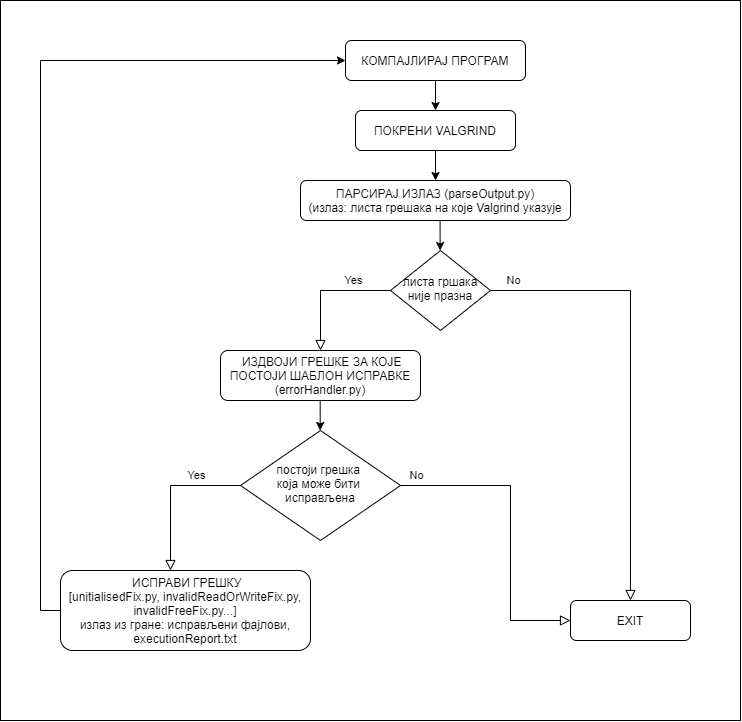
Earlier version of the draw.io export Dijagram.png (LMladenovic/MScThesisPDF). Source tidied: cells renumbered, new cells last; positions are measured from the earlier drawing's top-left corner, leaving out a move shared by most shapes. The source it was exported from:
```xml
<mxGraphModel>
  <root>
    <mxCell id="0" />
    <mxCell id="1" parent="0" />
    <mxCell id="2" style="rounded=0;whiteSpace=wrap;html=1;fontFamily=Garamond;" parent="1" vertex="1">
      <mxGeometry width="740" height="720" as="geometry" />
    </mxCell>
    <mxCell id="3" style="edgeStyle=orthogonalEdgeStyle;rounded=0;jettySize=auto;html=1;exitX=0.5;exitY=1;exitDx=0;exitDy=0;" parent="1" edge="1" source="4">
      <mxGeometry relative="1" as="geometry">
        <mxPoint x="435" y="110" as="targetPoint" />
      </mxGeometry>
    </mxCell>
    <mxCell id="4" value="КОМПАЈЛИРАЈ ПРОГРАМ" style="rounded=1;whiteSpace=wrap;html=1;fontSize=12;glass=0;strokeWidth=1;shadow=0;" parent="1" vertex="1">
      <mxGeometry x="345" y="40" width="180" height="40" as="geometry" />
    </mxCell>
    <mxCell id="5" value="No" style="edgeStyle=orthogonalEdgeStyle;rounded=0;html=1;jettySize=auto;fontSize=11;endArrow=block;endFill=0;endSize=8;strokeWidth=1;shadow=0;labelBackgroundColor=none;" parent="1" edge="1" source="6" target="7">
      <mxGeometry x="-0.9" y="10" relative="1" as="geometry" />
    </mxCell>
    <mxCell id="6" value="листа гршака није празна" style="rhombus;whiteSpace=wrap;html=1;shadow=0;fontFamily=Helvetica;fontSize=12;align=center;strokeWidth=1;spacing=6;spacingTop=-4;" parent="1" vertex="1">
      <mxGeometry x="390" y="250" width="100" height="80" as="geometry" />
    </mxCell>
    <mxCell id="7" value="EXIT" style="rounded=1;whiteSpace=wrap;html=1;fontSize=12;glass=0;strokeWidth=1;shadow=0;" parent="1" vertex="1">
      <mxGeometry x="570" y="600" width="120" height="40" as="geometry" />
    </mxCell>
    <mxCell id="8" value="постоји грешка &lt;br&gt;која може бити &lt;br&gt;исправљена" style="rhombus;whiteSpace=wrap;html=1;shadow=0;fontFamily=Helvetica;fontSize=12;align=center;strokeWidth=1;spacing=6;spacingTop=-4;" parent="1" vertex="1">
      <mxGeometry x="240" y="430" width="160" height="110" as="geometry" />
    </mxCell>
    <mxCell id="9" style="edgeStyle=orthogonalEdgeStyle;rounded=0;jettySize=auto;html=1;exitX=0;exitY=0.5;exitDx=0;exitDy=0;entryX=0;entryY=0.5;entryDx=0;entryDy=0;" parent="1" edge="1" source="10" target="4">
      <mxGeometry relative="1" as="geometry" />
    </mxCell>
    <mxCell id="10" value="&amp;nbsp;ИСПРАВИ ГРЕШКУ&lt;br&gt;[unitialisedFix.py, invalidReadOrWriteFix.py,&lt;br&gt;invalidFreeFix.py...]&lt;br&gt;излаз из гране:&amp;nbsp;исправљени фајлови,&lt;br&gt;executionReport.txt" style="rounded=1;whiteSpace=wrap;html=1;fontSize=12;glass=0;strokeWidth=1;shadow=0;" parent="1" vertex="1">
      <mxGeometry x="60" y="570" width="250" height="80" as="geometry" />
    </mxCell>
    <mxCell id="11" value="ПОКРЕНИ VALGRIND" style="rounded=1;whiteSpace=wrap;html=1;" parent="1" vertex="1">
      <mxGeometry x="355" y="110" width="160" height="40" as="geometry" />
    </mxCell>
    <mxCell id="12" style="edgeStyle=orthogonalEdgeStyle;rounded=0;orthogonalLoop=1;jettySize=auto;html=1;exitX=0.5;exitY=1;exitDx=0;exitDy=0;" parent="1" edge="1">
      <mxGeometry relative="1" as="geometry">
        <mxPoint x="435" y="150" as="sourcePoint" />
        <mxPoint x="435" y="180" as="targetPoint" />
      </mxGeometry>
    </mxCell>
    <mxCell id="13" value="ПАРСИРАЈ ИЗЛАЗ (parseOutput.py)&lt;br&gt;(излаз: листа грешака на које Valgrind указује" style="rounded=1;whiteSpace=wrap;html=1;" parent="1" vertex="1">
      <mxGeometry x="300" y="180" width="270" height="40" as="geometry" />
    </mxCell>
    <mxCell id="14" style="edgeStyle=orthogonalEdgeStyle;rounded=0;orthogonalLoop=1;jettySize=auto;html=1;exitX=0.5;exitY=1;exitDx=0;exitDy=0;" parent="1" edge="1">
      <mxGeometry relative="1" as="geometry">
        <mxPoint x="439.6" y="220" as="sourcePoint" />
        <mxPoint x="439.6" y="250" as="targetPoint" />
      </mxGeometry>
    </mxCell>
    <mxCell id="15" style="edgeStyle=orthogonalEdgeStyle;rounded=0;orthogonalLoop=1;jettySize=auto;html=1;exitX=0.5;exitY=1;exitDx=0;exitDy=0;" parent="1" edge="1">
      <mxGeometry relative="1" as="geometry">
        <mxPoint x="319.7" y="400" as="sourcePoint" />
        <mxPoint x="319.7" y="430" as="targetPoint" />
      </mxGeometry>
    </mxCell>
    <mxCell id="16" value="&amp;nbsp;ИЗДВОЈИ ГРЕШКЕ ЗА КОЈЕ ПОСТОЈИ ШАБЛОН ИСПРАВКЕ (errorHandler.py)" style="rounded=1;whiteSpace=wrap;html=1;" parent="1" vertex="1">
      <mxGeometry x="220" y="350" width="200" height="50" as="geometry" />
    </mxCell>
    <mxCell id="17" value="Yes" style="edgeStyle=orthogonalEdgeStyle;rounded=0;html=1;jettySize=auto;fontSize=11;endArrow=block;endFill=0;endSize=8;strokeWidth=1;shadow=0;labelBackgroundColor=none;exitX=0;exitY=0.5;exitDx=0;exitDy=0;" parent="1" edge="1" source="6">
      <mxGeometry x="-0.43" y="-10" relative="1" as="geometry">
        <mxPoint x="320" y="350" as="targetPoint" />
        <Array as="points">
          <mxPoint x="320" y="290" />
        </Array>
      </mxGeometry>
    </mxCell>
    <mxCell id="18" value="No" style="edgeStyle=orthogonalEdgeStyle;rounded=0;html=1;jettySize=auto;fontSize=11;endArrow=block;endFill=0;endSize=8;strokeWidth=1;shadow=0;labelBackgroundColor=none;entryX=0;entryY=0.5;entryDx=0;entryDy=0;exitX=1;exitY=0.5;exitDx=0;exitDy=0;" parent="1" edge="1" source="8" target="7">
      <mxGeometry x="-0.9" y="10" relative="1" as="geometry">
        <Array as="points">
          <mxPoint x="510" y="485" />
          <mxPoint x="510" y="620" />
        </Array>
      </mxGeometry>
    </mxCell>
    <mxCell id="19" value="Yes" style="edgeStyle=orthogonalEdgeStyle;rounded=0;html=1;jettySize=auto;fontSize=11;endArrow=block;endFill=0;endSize=8;strokeWidth=1;shadow=0;labelBackgroundColor=none;exitX=0;exitY=0.5;exitDx=0;exitDy=0;" parent="1" edge="1" source="8" target="10">
      <mxGeometry x="-0.43" y="-10" relative="1" as="geometry">
        <Array as="points">
          <mxPoint x="170" y="485" />
        </Array>
      </mxGeometry>
    </mxCell>
  </root>
</mxGraphModel>
```
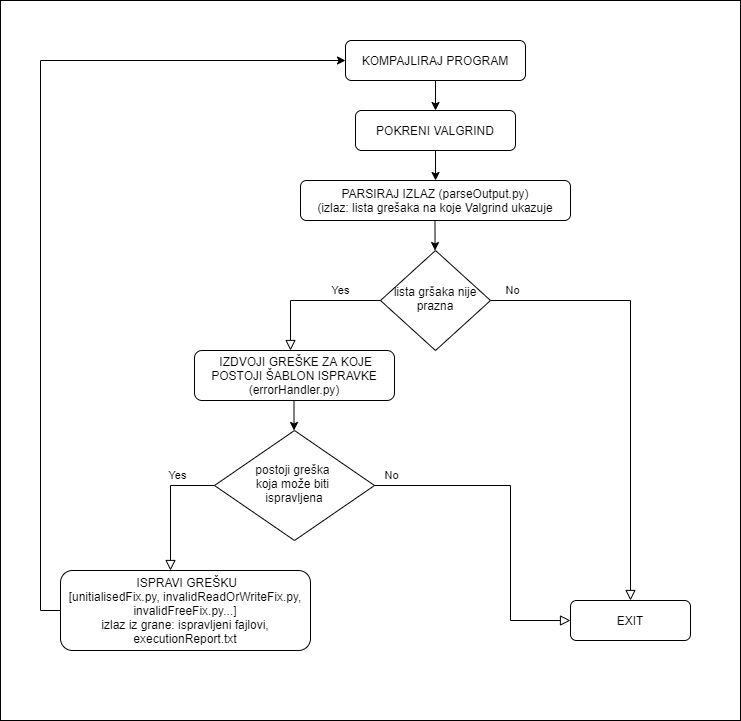
Later version of the same file.

What changed in the source:
```diff
@@ -10,28 +10,28 @@
         <mxPoint x="435" y="110" as="targetPoint" />
       </mxGeometry>
     </mxCell>
-    <mxCell id="4" value="КОМПАЈЛИРАЈ ПРОГРАМ" style="rounded=1;whiteSpace=wrap;html=1;fontSize=12;glass=0;strokeWidth=1;shadow=0;" parent="1" vertex="1">
+    <mxCell id="4" value="KOMPAJLIRAJ PROGRAM" style="rounded=1;whiteSpace=wrap;html=1;fontSize=12;glass=0;strokeWidth=1;shadow=0;" parent="1" vertex="1">
       <mxGeometry x="345" y="40" width="180" height="40" as="geometry" />
     </mxCell>
     <mxCell id="5" value="No" style="edgeStyle=orthogonalEdgeStyle;rounded=0;html=1;jettySize=auto;fontSize=11;endArrow=block;endFill=0;endSize=8;strokeWidth=1;shadow=0;labelBackgroundColor=none;" parent="1" edge="1" source="6" target="7">
       <mxGeometry x="-0.9" y="10" relative="1" as="geometry" />
     </mxCell>
-    <mxCell id="6" value="листа гршака није празна" style="rhombus;whiteSpace=wrap;html=1;shadow=0;fontFamily=Helvetica;fontSize=12;align=center;strokeWidth=1;spacing=6;spacingTop=-4;" parent="1" vertex="1">
-      <mxGeometry x="390" y="250" width="100" height="80" as="geometry" />
+    <mxCell id="6" value="lista gršaka nije prazna" style="rhombus;whiteSpace=wrap;html=1;shadow=0;fontFamily=Helvetica;fontSize=12;align=center;strokeWidth=1;spacing=6;spacingTop=-4;" parent="1" vertex="1">
+      <mxGeometry x="380" y="250" width="110" height="100" as="geometry" />
     </mxCell>
     <mxCell id="7" value="EXIT" style="rounded=1;whiteSpace=wrap;html=1;fontSize=12;glass=0;strokeWidth=1;shadow=0;" parent="1" vertex="1">
       <mxGeometry x="570" y="600" width="120" height="40" as="geometry" />
     </mxCell>
-    <mxCell id="8" value="постоји грешка &lt;br&gt;која може бити &lt;br&gt;исправљена" style="rhombus;whiteSpace=wrap;html=1;shadow=0;fontFamily=Helvetica;fontSize=12;align=center;strokeWidth=1;spacing=6;spacingTop=-4;" parent="1" vertex="1">
-      <mxGeometry x="240" y="430" width="160" height="110" as="geometry" />
+    <mxCell id="8" value="&lt;div&gt;postoji greška&amp;nbsp;&lt;/div&gt;&lt;div&gt;koja može biti&amp;nbsp;&lt;/div&gt;&lt;div&gt;ispravljena&lt;/div&gt;" style="rhombus;whiteSpace=wrap;html=1;shadow=0;fontFamily=Helvetica;fontSize=12;align=center;strokeWidth=1;spacing=6;spacingTop=-4;" parent="1" vertex="1">
+      <mxGeometry x="214" y="430" width="160" height="110" as="geometry" />
     </mxCell>
     <mxCell id="9" style="edgeStyle=orthogonalEdgeStyle;rounded=0;jettySize=auto;html=1;exitX=0;exitY=0.5;exitDx=0;exitDy=0;entryX=0;entryY=0.5;entryDx=0;entryDy=0;" parent="1" edge="1" source="10" target="4">
       <mxGeometry relative="1" as="geometry" />
     </mxCell>
-    <mxCell id="10" value="&amp;nbsp;ИСПРАВИ ГРЕШКУ&lt;br&gt;[unitialisedFix.py, invalidReadOrWriteFix.py,&lt;br&gt;invalidFreeFix.py...]&lt;br&gt;излаз из гране:&amp;nbsp;исправљени фајлови,&lt;br&gt;executionReport.txt" style="rounded=1;whiteSpace=wrap;html=1;fontSize=12;glass=0;strokeWidth=1;shadow=0;" parent="1" vertex="1">
+    <mxCell id="10" value="&lt;div&gt;&amp;nbsp;ISPRAVI GREŠKU&lt;/div&gt;&lt;div&gt;[unitialisedFix.py, invalidReadOrWriteFix.py,&lt;/div&gt;&lt;div&gt;invalidFreeFix.py...]&lt;/div&gt;&lt;div&gt;izlaz iz grane: ispravljeni fajlovi,&lt;/div&gt;&lt;div&gt;executionReport.txt&lt;/div&gt;" style="rounded=1;whiteSpace=wrap;html=1;fontSize=12;glass=0;strokeWidth=1;shadow=0;" parent="1" vertex="1">
       <mxGeometry x="60" y="570" width="250" height="80" as="geometry" />
     </mxCell>
-    <mxCell id="11" value="ПОКРЕНИ VALGRIND" style="rounded=1;whiteSpace=wrap;html=1;" parent="1" vertex="1">
+    <mxCell id="11" value="POKRENI VALGRIND" style="rounded=1;whiteSpace=wrap;html=1;" parent="1" vertex="1">
       <mxGeometry x="355" y="110" width="160" height="40" as="geometry" />
     </mxCell>
     <mxCell id="12" style="edgeStyle=orthogonalEdgeStyle;rounded=0;orthogonalLoop=1;jettySize=auto;html=1;exitX=0.5;exitY=1;exitDx=0;exitDy=0;" parent="1" edge="1">
@@ -40,29 +40,30 @@
         <mxPoint x="435" y="180" as="targetPoint" />
       </mxGeometry>
     </mxCell>
-    <mxCell id="13" value="ПАРСИРАЈ ИЗЛАЗ (parseOutput.py)&lt;br&gt;(излаз: листа грешака на које Valgrind указује" style="rounded=1;whiteSpace=wrap;html=1;" parent="1" vertex="1">
+    <mxCell id="13" value="&lt;div&gt;PARSIRAJ IZLAZ (parseOutput.py)&lt;/div&gt;&lt;div&gt;(izlaz: lista grešaka na koje Valgrind ukazuje&lt;/div&gt;" style="rounded=1;whiteSpace=wrap;html=1;" parent="1" vertex="1">
       <mxGeometry x="300" y="180" width="270" height="40" as="geometry" />
     </mxCell>
     <mxCell id="14" style="edgeStyle=orthogonalEdgeStyle;rounded=0;orthogonalLoop=1;jettySize=auto;html=1;exitX=0.5;exitY=1;exitDx=0;exitDy=0;" parent="1" edge="1">
       <mxGeometry relative="1" as="geometry">
-        <mxPoint x="439.6" y="220" as="sourcePoint" />
-        <mxPoint x="439.6" y="250" as="targetPoint" />
+        <mxPoint x="434.5" y="220" as="sourcePoint" />
+        <mxPoint x="434.5" y="250" as="targetPoint" />
       </mxGeometry>
     </mxCell>
     <mxCell id="15" style="edgeStyle=orthogonalEdgeStyle;rounded=0;orthogonalLoop=1;jettySize=auto;html=1;exitX=0.5;exitY=1;exitDx=0;exitDy=0;" parent="1" edge="1">
       <mxGeometry relative="1" as="geometry">
-        <mxPoint x="319.7" y="400" as="sourcePoint" />
-        <mxPoint x="319.7" y="430" as="targetPoint" />
+        <mxPoint x="293.5" y="400" as="sourcePoint" />
+        <mxPoint x="293.5" y="430" as="targetPoint" />
       </mxGeometry>
     </mxCell>
-    <mxCell id="16" value="&amp;nbsp;ИЗДВОЈИ ГРЕШКЕ ЗА КОЈЕ ПОСТОЈИ ШАБЛОН ИСПРАВКЕ (errorHandler.py)" style="rounded=1;whiteSpace=wrap;html=1;" parent="1" vertex="1">
-      <mxGeometry x="220" y="350" width="200" height="50" as="geometry" />
+    <mxCell id="16" value="&amp;nbsp;IZDVOJI GREŠKE ZA KOJE POSTOJI ŠABLON ISPRAVKE (errorHandler.py)" style="rounded=1;whiteSpace=wrap;html=1;" parent="1" vertex="1">
+      <mxGeometry x="194" y="350" width="200" height="50" as="geometry" />
     </mxCell>
     <mxCell id="17" value="Yes" style="edgeStyle=orthogonalEdgeStyle;rounded=0;html=1;jettySize=auto;fontSize=11;endArrow=block;endFill=0;endSize=8;strokeWidth=1;shadow=0;labelBackgroundColor=none;exitX=0;exitY=0.5;exitDx=0;exitDy=0;" parent="1" edge="1" source="6">
       <mxGeometry x="-0.43" y="-10" relative="1" as="geometry">
-        <mxPoint x="320" y="350" as="targetPoint" />
+        <mxPoint x="290" y="350" as="targetPoint" />
         <Array as="points">
-          <mxPoint x="320" y="290" />
+          <mxPoint x="290" y="300" />
+          <mxPoint x="290" y="350" />
         </Array>
       </mxGeometry>
     </mxCell>
```
